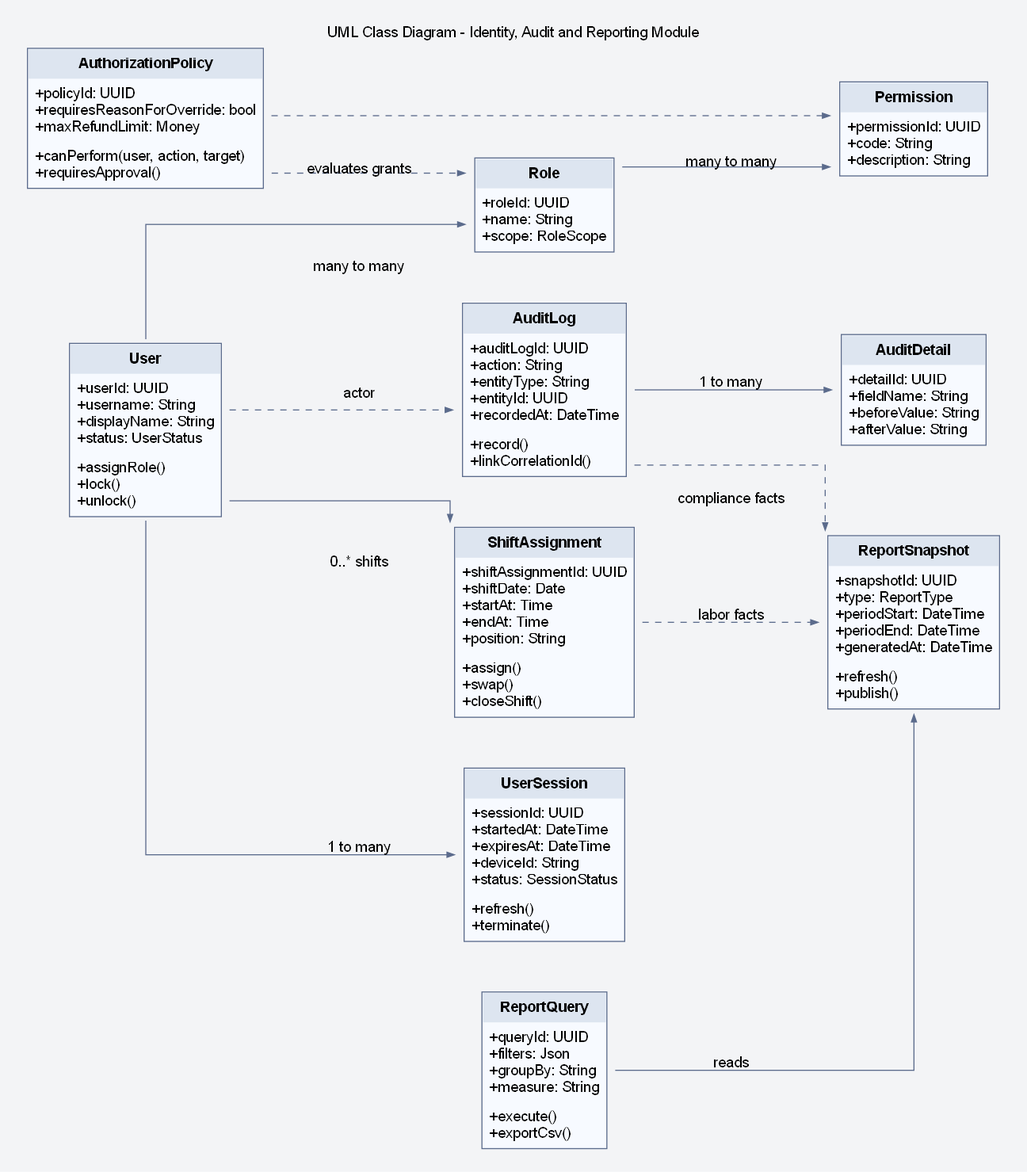
The Graphviz diagram assets/diagrams/rendered/design/31_uml_class_diagram_identity_audit_and_reporting_module.png in lehoangluan1/SA_IRMS, before a commit. Its source is kept beside it as assets/diagrams/source/design/31_uml_class_diagram_identity_audit_and_reporting_module.dot. The source it was exported from:
```dot
digraph G {

graph [bgcolor="#F3F4F6", pad="0.25", nodesep="0.55", ranksep="0.9", splines=ortho, fontname="Arial"];
node [fontname="Arial", shape=plaintext];
edge [fontname="Arial", color="#5B6B8C", penwidth=1.0, arrowsize=0.7];

labelloc="t";
label="UML Class Diagram - Identity, Audit and Reporting Module";
rankdir=LR;
User [label=<
<TABLE BORDER="1" CELLBORDER="0" CELLSPACING="0" CELLPADDING="6" COLOR="#5B6B8C" BGCOLOR="#F7FAFF">
<TR><TD BGCOLOR="#DDE5F0"><B>User</B></TD></TR>
<TR><TD ALIGN="LEFT" BALIGN="LEFT">+userId: UUID<BR ALIGN='LEFT'/>+username: String<BR ALIGN='LEFT'/>+displayName: String<BR ALIGN='LEFT'/>+status: UserStatus</TD></TR>
<TR><TD ALIGN="LEFT" BALIGN="LEFT">+assignRole()<BR ALIGN='LEFT'/>+lock()<BR ALIGN='LEFT'/>+unlock()</TD></TR>
</TABLE>
>];
Role [label=<
<TABLE BORDER="1" CELLBORDER="0" CELLSPACING="0" CELLPADDING="6" COLOR="#5B6B8C" BGCOLOR="#F7FAFF">
<TR><TD BGCOLOR="#DDE5F0"><B>Role</B></TD></TR>
<TR><TD ALIGN="LEFT" BALIGN="LEFT">+roleId: UUID<BR ALIGN='LEFT'/>+name: String<BR ALIGN='LEFT'/>+scope: RoleScope</TD></TR>

</TABLE>
>];
Permission [label=<
<TABLE BORDER="1" CELLBORDER="0" CELLSPACING="0" CELLPADDING="6" COLOR="#5B6B8C" BGCOLOR="#F7FAFF">
<TR><TD BGCOLOR="#DDE5F0"><B>Permission</B></TD></TR>
<TR><TD ALIGN="LEFT" BALIGN="LEFT">+permissionId: UUID<BR ALIGN='LEFT'/>+code: String<BR ALIGN='LEFT'/>+description: String</TD></TR>

</TABLE>
>];
UserSession [label=<
<TABLE BORDER="1" CELLBORDER="0" CELLSPACING="0" CELLPADDING="6" COLOR="#5B6B8C" BGCOLOR="#F7FAFF">
<TR><TD BGCOLOR="#DDE5F0"><B>UserSession</B></TD></TR>
<TR><TD ALIGN="LEFT" BALIGN="LEFT">+sessionId: UUID<BR ALIGN='LEFT'/>+startedAt: DateTime<BR ALIGN='LEFT'/>+expiresAt: DateTime<BR ALIGN='LEFT'/>+deviceId: String<BR ALIGN='LEFT'/>+status: SessionStatus</TD></TR>
<TR><TD ALIGN="LEFT" BALIGN="LEFT">+refresh()<BR ALIGN='LEFT'/>+terminate()</TD></TR>
</TABLE>
>];
AuthorizationPolicy [label=<
<TABLE BORDER="1" CELLBORDER="0" CELLSPACING="0" CELLPADDING="6" COLOR="#5B6B8C" BGCOLOR="#F7FAFF">
<TR><TD BGCOLOR="#DDE5F0"><B>AuthorizationPolicy</B></TD></TR>
<TR><TD ALIGN="LEFT" BALIGN="LEFT">+policyId: UUID<BR ALIGN='LEFT'/>+requiresReasonForOverride: bool<BR ALIGN='LEFT'/>+maxRefundLimit: Money</TD></TR>
<TR><TD ALIGN="LEFT" BALIGN="LEFT">+canPerform(user, action, target)<BR ALIGN='LEFT'/>+requiresApproval()</TD></TR>
</TABLE>
>];
AuditLog [label=<
<TABLE BORDER="1" CELLBORDER="0" CELLSPACING="0" CELLPADDING="6" COLOR="#5B6B8C" BGCOLOR="#F7FAFF">
<TR><TD BGCOLOR="#DDE5F0"><B>AuditLog</B></TD></TR>
<TR><TD ALIGN="LEFT" BALIGN="LEFT">+auditLogId: UUID<BR ALIGN='LEFT'/>+action: String<BR ALIGN='LEFT'/>+entityType: String<BR ALIGN='LEFT'/>+entityId: UUID<BR ALIGN='LEFT'/>+recordedAt: DateTime</TD></TR>
<TR><TD ALIGN="LEFT" BALIGN="LEFT">+record()<BR ALIGN='LEFT'/>+linkCorrelationId()</TD></TR>
</TABLE>
>];
AuditDetail [label=<
<TABLE BORDER="1" CELLBORDER="0" CELLSPACING="0" CELLPADDING="6" COLOR="#5B6B8C" BGCOLOR="#F7FAFF">
<TR><TD BGCOLOR="#DDE5F0"><B>AuditDetail</B></TD></TR>
<TR><TD ALIGN="LEFT" BALIGN="LEFT">+detailId: UUID<BR ALIGN='LEFT'/>+fieldName: String<BR ALIGN='LEFT'/>+beforeValue: String<BR ALIGN='LEFT'/>+afterValue: String</TD></TR>

</TABLE>
>];
ShiftAssignment [label=<
<TABLE BORDER="1" CELLBORDER="0" CELLSPACING="0" CELLPADDING="6" COLOR="#5B6B8C" BGCOLOR="#F7FAFF">
<TR><TD BGCOLOR="#DDE5F0"><B>ShiftAssignment</B></TD></TR>
<TR><TD ALIGN="LEFT" BALIGN="LEFT">+shiftAssignmentId: UUID<BR ALIGN='LEFT'/>+shiftDate: Date<BR ALIGN='LEFT'/>+startAt: Time<BR ALIGN='LEFT'/>+endAt: Time<BR ALIGN='LEFT'/>+position: String</TD></TR>
<TR><TD ALIGN="LEFT" BALIGN="LEFT">+assign()<BR ALIGN='LEFT'/>+swap()<BR ALIGN='LEFT'/>+closeShift()</TD></TR>
</TABLE>
>];
ReportSnapshot [label=<
<TABLE BORDER="1" CELLBORDER="0" CELLSPACING="0" CELLPADDING="6" COLOR="#5B6B8C" BGCOLOR="#F7FAFF">
<TR><TD BGCOLOR="#DDE5F0"><B>ReportSnapshot</B></TD></TR>
<TR><TD ALIGN="LEFT" BALIGN="LEFT">+snapshotId: UUID<BR ALIGN='LEFT'/>+type: ReportType<BR ALIGN='LEFT'/>+periodStart: DateTime<BR ALIGN='LEFT'/>+periodEnd: DateTime<BR ALIGN='LEFT'/>+generatedAt: DateTime</TD></TR>
<TR><TD ALIGN="LEFT" BALIGN="LEFT">+refresh()<BR ALIGN='LEFT'/>+publish()</TD></TR>
</TABLE>
>];
ReportQuery [label=<
<TABLE BORDER="1" CELLBORDER="0" CELLSPACING="0" CELLPADDING="6" COLOR="#5B6B8C" BGCOLOR="#F7FAFF">
<TR><TD BGCOLOR="#DDE5F0"><B>ReportQuery</B></TD></TR>
<TR><TD ALIGN="LEFT" BALIGN="LEFT">+queryId: UUID<BR ALIGN='LEFT'/>+filters: Json<BR ALIGN='LEFT'/>+groupBy: String<BR ALIGN='LEFT'/>+measure: String</TD></TR>
<TR><TD ALIGN="LEFT" BALIGN="LEFT">+execute()<BR ALIGN='LEFT'/>+exportCsv()</TD></TR>
</TABLE>
>];

User -> Role [label="many to many"];
Role -> Permission [label="many to many"];
User -> UserSession [label="1 to many"];
AuthorizationPolicy -> Role [style=dashed, label="evaluates grants"];
AuthorizationPolicy -> Permission [style=dashed];
User -> AuditLog [style=dashed, label="actor"];
AuditLog -> AuditDetail [label="1 to many"];
User -> ShiftAssignment [label="0..* shifts"];
ReportQuery -> ReportSnapshot [label="reads"];
AuditLog -> ReportSnapshot [style=dashed, label="compliance facts"];
ShiftAssignment -> ReportSnapshot [style=dashed, label="labor facts"];
}
```
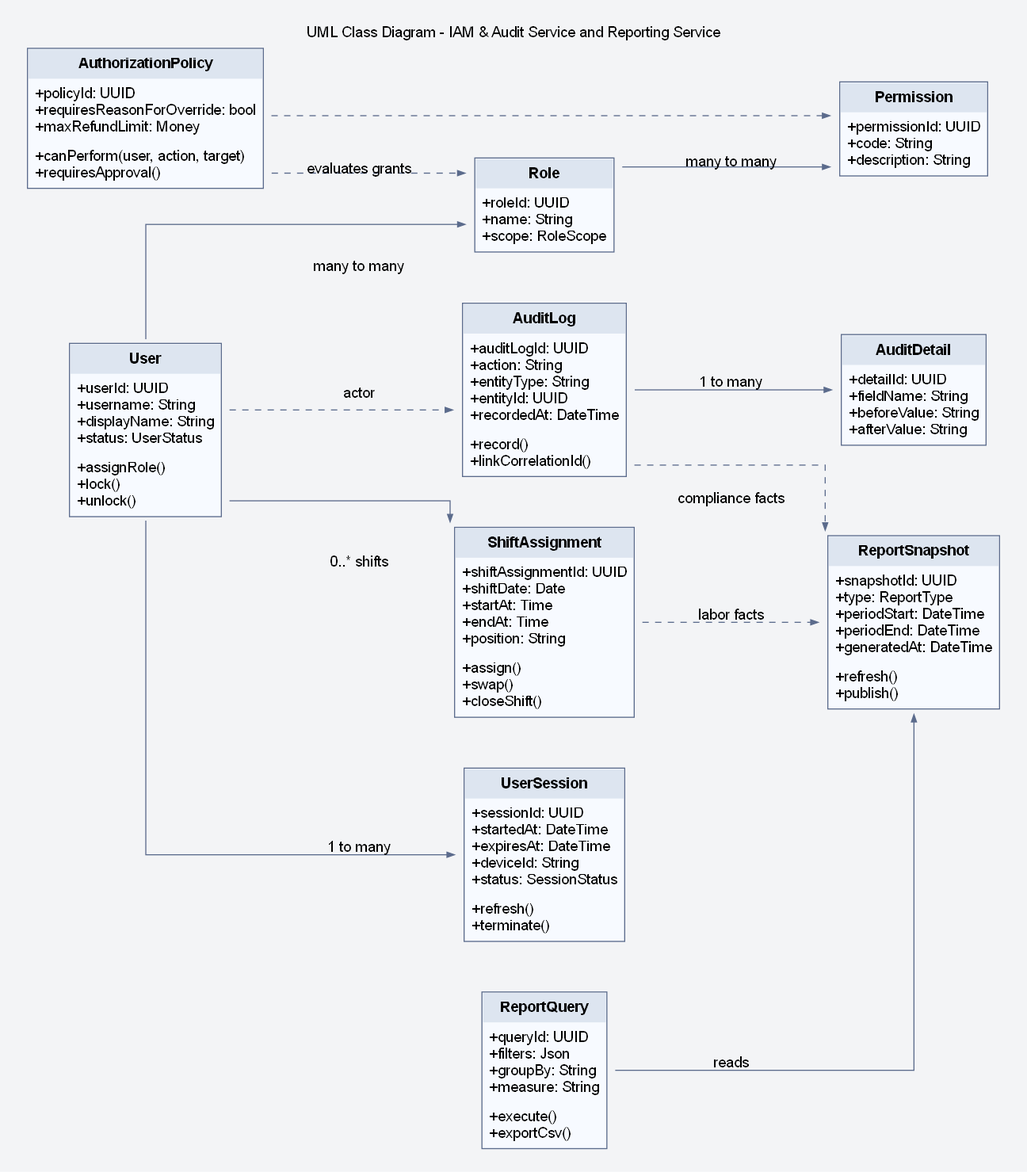
The same file after the commit.

Change to the diagram source:
```diff
@@ -5,7 +5,7 @@
 edge [fontname="Arial", color="#5B6B8C", penwidth=1.0, arrowsize=0.7];
 
 labelloc="t";
-label="UML Class Diagram - Identity, Audit and Reporting Module";
+label="UML Class Diagram - IAM & Audit Service and Reporting Service";
 rankdir=LR;
 User [label=<
 <TABLE BORDER="1" CELLBORDER="0" CELLSPACING="0" CELLPADDING="6" COLOR="#5B6B8C" BGCOLOR="#F7FAFF">
```
